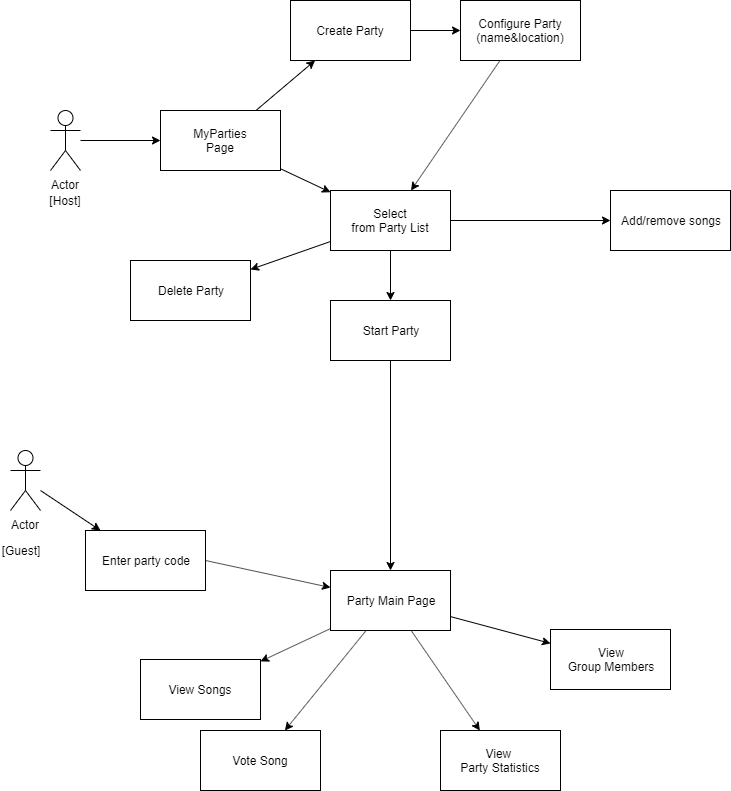
Before: Arhitectura/flowApp- UseCase.png, a diagram exported from draw.io (SirCQQ/MUP). Source tidied: cells renumbered, new cells last; positions are measured from the earlier drawing's top-left corner, leaving out a move shared by most shapes.
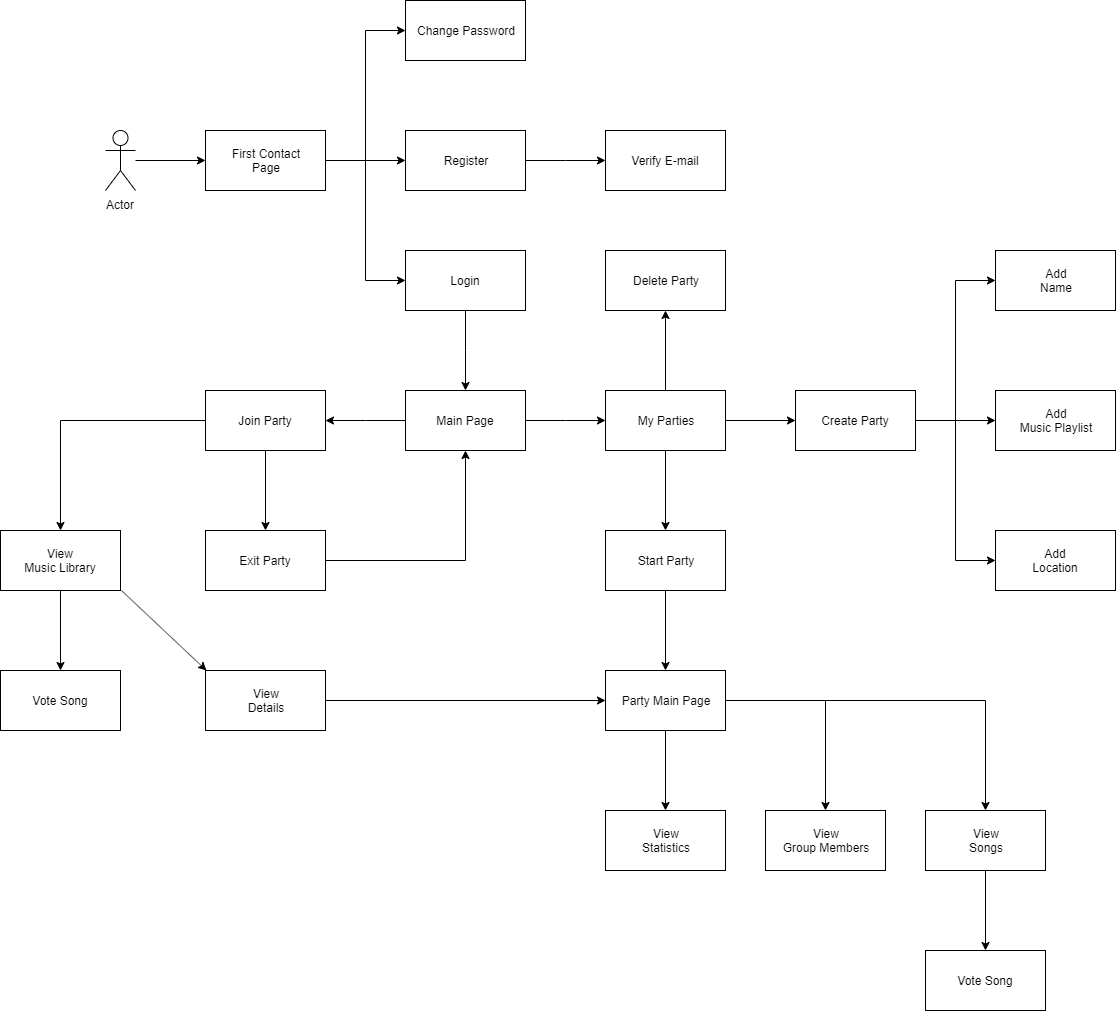
The same file after the commit.

The edit, as a diff of the source:
```diff
@@ -2,101 +2,159 @@
   <root>
     <mxCell id="0" />
     <mxCell id="1" parent="0" />
-    <mxCell id="2" style="edgeStyle=orthogonalEdgeStyle;rounded=0;jettySize=auto;html=1;" parent="1" edge="1" source="3" target="6">
-      <mxGeometry relative="1" as="geometry" />
-    </mxCell>
-    <mxCell id="3" value="Actor" style="shape=umlActor;verticalLabelPosition=bottom;labelBackgroundColor=#ffffff;verticalAlign=top;html=1;outlineConnect=0;" parent="1" vertex="1">
-      <mxGeometry x="50" y="110" width="30" height="60" as="geometry" />
-    </mxCell>
-    <mxCell id="4" style="rounded=0;jettySize=auto;html=1;" parent="1" edge="1" source="6" target="7">
-      <mxGeometry relative="1" as="geometry" />
-    </mxCell>
-    <mxCell id="5" style="rounded=0;jettySize=auto;html=1;" parent="1" edge="1" source="6" target="12">
-      <mxGeometry relative="1" as="geometry" />
-    </mxCell>
-    <mxCell id="6" value="MyParties&lt;br&gt;Page" style="rounded=0;whiteSpace=wrap;html=1;" parent="1" vertex="1">
-      <mxGeometry x="160" y="110" width="120" height="60" as="geometry" />
-    </mxCell>
+    <mxCell id="34" style="edgeStyle=none;rounded=0;jettySize=auto;html=1;" parent="1" edge="1" source="35" target="39">
+      <mxGeometry relative="1" as="geometry" />
+    </mxCell>
+    <mxCell id="35" value="Actor" style="shape=umlActor;verticalLabelPosition=bottom;labelBackgroundColor=#ffffff;verticalAlign=top;html=1;outlineConnect=0;" parent="1" vertex="1">
+      <mxGeometry x="-30" y="30" width="30" height="60" as="geometry" />
+    </mxCell>
+    <mxCell id="36" style="edgeStyle=elbowEdgeStyle;rounded=0;jettySize=auto;html=1;" parent="1" edge="1" source="39" target="70">
+      <mxGeometry relative="1" as="geometry" />
+    </mxCell>
+    <mxCell id="37" style="edgeStyle=elbowEdgeStyle;rounded=0;jettySize=auto;html=1;" parent="1" edge="1" source="39" target="44">
+      <mxGeometry relative="1" as="geometry" />
+    </mxCell>
+    <mxCell id="38" style="edgeStyle=elbowEdgeStyle;rounded=0;jettySize=auto;html=1;" parent="1" edge="1" source="39" target="41">
+      <mxGeometry relative="1" as="geometry" />
+    </mxCell>
+    <mxCell id="39" value="First Contact&lt;br&gt;Page" style="rounded=0;whiteSpace=wrap;html=1;" parent="1" vertex="1">
+      <mxGeometry x="70" y="30" width="120" height="60" as="geometry" />
+    </mxCell>
+    <mxCell id="40" style="edgeStyle=elbowEdgeStyle;rounded=0;jettySize=auto;html=1;" parent="1" edge="1" source="41" target="42">
+      <mxGeometry relative="1" as="geometry" />
+    </mxCell>
+    <mxCell id="41" value="Register" style="rounded=0;whiteSpace=wrap;html=1;" parent="1" vertex="1">
+      <mxGeometry x="270" y="30" width="120" height="60" as="geometry" />
+    </mxCell>
+    <mxCell id="42" value="Verify E-mail" style="rounded=0;whiteSpace=wrap;html=1;" parent="1" vertex="1">
+      <mxGeometry x="470" y="30" width="120" height="60" as="geometry" />
+    </mxCell>
+    <mxCell id="43" style="edgeStyle=elbowEdgeStyle;rounded=0;jettySize=auto;html=1;" parent="1" edge="1" source="44" target="47">
+      <mxGeometry relative="1" as="geometry" />
+    </mxCell>
+    <mxCell id="44" value="Login" style="rounded=0;whiteSpace=wrap;html=1;" parent="1" vertex="1">
+      <mxGeometry x="270" y="150" width="120" height="60" as="geometry" />
+    </mxCell>
+    <mxCell id="45" style="edgeStyle=elbowEdgeStyle;rounded=0;jettySize=auto;html=1;" parent="1" edge="1" source="47" target="64">
+      <mxGeometry relative="1" as="geometry" />
+    </mxCell>
+    <mxCell id="46" style="edgeStyle=elbowEdgeStyle;rounded=0;jettySize=auto;html=1;" parent="1" edge="1" source="47" target="51">
+      <mxGeometry relative="1" as="geometry" />
+    </mxCell>
+    <mxCell id="47" value="Main Page" style="rounded=0;whiteSpace=wrap;html=1;" parent="1" vertex="1">
+      <mxGeometry x="270" y="290" width="120" height="60" as="geometry" />
+    </mxCell>
+    <mxCell id="48" style="edgeStyle=orthogonalEdgeStyle;rounded=0;jettySize=auto;html=1;" parent="1" edge="1" source="51" target="19">
+      <mxGeometry relative="1" as="geometry" />
+    </mxCell>
+    <mxCell id="49" style="edgeStyle=orthogonalEdgeStyle;rounded=0;jettySize=auto;html=1;" parent="1" edge="1" source="51" target="7">
+      <mxGeometry relative="1" as="geometry" />
+    </mxCell>
+    <mxCell id="50" style="edgeStyle=orthogonalEdgeStyle;rounded=0;jettySize=auto;html=1;" parent="1" edge="1" source="51" target="8">
+      <mxGeometry relative="1" as="geometry" />
+    </mxCell>
+    <mxCell id="51" value="My Parties" style="rounded=0;whiteSpace=wrap;html=1;" parent="1" vertex="1">
+      <mxGeometry x="470" y="290" width="120" height="60" as="geometry" />
+    </mxCell>
+    <mxCell id="8" value="Delete Party" style="rounded=0;whiteSpace=wrap;html=1;" parent="1" vertex="1">
+      <mxGeometry x="470" y="150" width="120" height="60" as="geometry" />
+    </mxCell>
+    <mxCell id="52" style="edgeStyle=elbowEdgeStyle;rounded=0;jettySize=auto;html=1;" parent="1" edge="1" source="7" target="57">
+      <mxGeometry relative="1" as="geometry" />
+    </mxCell>
+    <mxCell id="53" style="edgeStyle=elbowEdgeStyle;rounded=0;jettySize=auto;html=1;" parent="1" edge="1" source="7" target="56">
+      <mxGeometry relative="1" as="geometry" />
+    </mxCell>
+    <mxCell id="54" style="edgeStyle=elbowEdgeStyle;rounded=0;jettySize=auto;html=1;" parent="1" edge="1" source="7" target="55">
+      <mxGeometry relative="1" as="geometry" />
+    </mxCell>
     <mxCell id="7" value="Create Party" style="rounded=0;whiteSpace=wrap;html=1;" parent="1" vertex="1">
-      <mxGeometry x="290" width="120" height="60" as="geometry" />
+      <mxGeometry x="660" y="290" width="120" height="60" as="geometry" />
     </mxCell>
-    <mxCell id="8" value="Delete Party" style="rounded=0;whiteSpace=wrap;html=1;" parent="1" vertex="1">
-      <mxGeometry x="130" y="260" width="120" height="60" as="geometry" />
-    </mxCell>
-    <mxCell id="9" style="rounded=0;jettySize=auto;html=1;" parent="1" edge="1" source="12" target="8">
-      <mxGeometry relative="1" as="geometry" />
-    </mxCell>
-    <mxCell id="10" style="rounded=0;jettySize=auto;html=1;" parent="1" edge="1" source="12" target="16">
-      <mxGeometry relative="1" as="geometry" />
-    </mxCell>
-    <mxCell id="11" style="rounded=0;jettySize=auto;html=1;" parent="1" edge="1" source="12" target="19">
-      <mxGeometry relative="1" as="geometry" />
-    </mxCell>
-    <mxCell id="12" value="Select&lt;br&gt;from Party List" style="rounded=0;whiteSpace=wrap;html=1;" parent="1" vertex="1">
-      <mxGeometry x="330" y="190" width="120" height="60" as="geometry" />
-    </mxCell>
-    <mxCell id="13" style="edgeStyle=none;rounded=0;jettySize=auto;html=1;" parent="1" edge="1" source="14" target="12">
-      <mxGeometry relative="1" as="geometry" />
-    </mxCell>
-    <mxCell id="14" value="Configure Party&lt;br&gt;(name&amp;amp;location)" style="rounded=0;whiteSpace=wrap;html=1;" parent="1" vertex="1">
-      <mxGeometry x="460" width="120" height="60" as="geometry" />
-    </mxCell>
-    <mxCell id="15" style="endArrow=classic;html=1;exitX=1;exitY=0.5;exitDx=0;exitDy=0;entryX=0;entryY=0.5;entryDx=0;entryDy=0;" parent="1" edge="1" source="7" target="14">
-      <mxGeometry relative="1" as="geometry" />
-    </mxCell>
-    <mxCell id="16" value="Add/remove songs&lt;br&gt;" style="rounded=0;whiteSpace=wrap;html=1;" parent="1" vertex="1">
-      <mxGeometry x="610" y="190" width="120" height="60" as="geometry" />
-    </mxCell>
-    <mxCell id="17" value="[Host]" style="text;html=1;strokeColor=none;fillColor=none;align=center;verticalAlign=middle;whiteSpace=wrap;rounded=0;" parent="1" vertex="1">
-      <mxGeometry x="45" y="190" width="40" height="20" as="geometry" />
-    </mxCell>
+    <mxCell id="55" value="Add&lt;br&gt;Music Playlist" style="rounded=0;whiteSpace=wrap;html=1;" parent="1" vertex="1">
+      <mxGeometry x="860" y="290" width="120" height="60" as="geometry" />
+    </mxCell>
+    <mxCell id="56" value="Add&lt;br&gt;Location" style="rounded=0;whiteSpace=wrap;html=1;" parent="1" vertex="1">
+      <mxGeometry x="860" y="430" width="120" height="60" as="geometry" />
+    </mxCell>
+    <mxCell id="57" value="Add&lt;br&gt;Name" style="rounded=0;whiteSpace=wrap;html=1;" parent="1" vertex="1">
+      <mxGeometry x="860" y="150" width="120" height="60" as="geometry" />
+    </mxCell>
-    <mxCell id="18" style="edgeStyle=none;rounded=0;jettySize=auto;html=1;" parent="1" edge="1" source="19" target="24">
+    <mxCell id="18" style="edgeStyle=orthogonalEdgeStyle;rounded=0;jettySize=auto;html=1;" parent="1" edge="1" source="19" target="24">
       <mxGeometry relative="1" as="geometry" />
     </mxCell>
     <mxCell id="19" value="Start Party" style="rounded=0;whiteSpace=wrap;html=1;" parent="1" vertex="1">
-      <mxGeometry x="330" y="300" width="120" height="60" as="geometry" />
+      <mxGeometry x="470" y="430" width="120" height="60" as="geometry" />
     </mxCell>
-    <mxCell id="20" style="edgeStyle=none;rounded=0;jettySize=auto;html=1;" parent="1" edge="1" source="24" target="28">
-      <mxGeometry relative="1" as="geometry" />
-    </mxCell>
+    <mxCell id="22" style="edgeStyle=orthogonalEdgeStyle;rounded=0;jettySize=auto;html=1;" parent="1" edge="1" source="24" target="26">
+      <mxGeometry relative="1" as="geometry" />
+    </mxCell>
-    <mxCell id="21" style="edgeStyle=none;rounded=0;jettySize=auto;html=1;" parent="1" edge="1" source="24" target="27">
+    <mxCell id="21" style="edgeStyle=orthogonalEdgeStyle;rounded=0;jettySize=auto;html=1;" parent="1" edge="1" source="24" target="27">
       <mxGeometry relative="1" as="geometry" />
     </mxCell>
-    <mxCell id="22" style="edgeStyle=none;rounded=0;jettySize=auto;html=1;" parent="1" edge="1" source="24" target="26">
-      <mxGeometry relative="1" as="geometry" />
-    </mxCell>
-    <mxCell id="23" style="edgeStyle=none;rounded=0;jettySize=auto;html=1;" parent="1" edge="1" source="24" target="25">
-      <mxGeometry relative="1" as="geometry" />
-    </mxCell>
+    <mxCell id="58" style="edgeStyle=orthogonalEdgeStyle;rounded=0;jettySize=auto;html=1;" parent="1" edge="1" source="24" target="59">
+      <mxGeometry relative="1" as="geometry" />
+    </mxCell>
     <mxCell id="24" value="Party Main Page" style="rounded=0;whiteSpace=wrap;html=1;" parent="1" vertex="1">
-      <mxGeometry x="330" y="570" width="120" height="60" as="geometry" />
+      <mxGeometry x="470" y="570" width="120" height="60" as="geometry" />
     </mxCell>
-    <mxCell id="25" value="Vote Song" style="rounded=0;whiteSpace=wrap;html=1;" parent="1" vertex="1">
-      <mxGeometry x="200" y="730" width="120" height="60" as="geometry" />
-    </mxCell>
+    <mxCell id="59" value="View&lt;br&gt;Statistics" style="rounded=0;whiteSpace=wrap;html=1;" parent="1" vertex="1">
+      <mxGeometry x="470" y="710" width="120" height="60" as="geometry" />
+    </mxCell>
+    <mxCell id="27" value="View&lt;br&gt;Group Members" style="rounded=0;whiteSpace=wrap;html=1;" parent="1" vertex="1">
+      <mxGeometry x="630" y="710" width="120" height="60" as="geometry" />
+    </mxCell>
+    <mxCell id="60" style="edgeStyle=orthogonalEdgeStyle;rounded=0;jettySize=auto;html=1;" parent="1" edge="1" source="26" target="61">
+      <mxGeometry relative="1" as="geometry" />
+    </mxCell>
-    <mxCell id="26" value="View Songs" style="rounded=0;whiteSpace=wrap;html=1;" parent="1" vertex="1">
-      <mxGeometry x="140" y="659" width="120" height="60" as="geometry" />
+    <mxCell id="26" value="View&lt;br&gt;Songs" style="rounded=0;whiteSpace=wrap;html=1;" parent="1" vertex="1">
+      <mxGeometry x="790" y="710" width="120" height="60" as="geometry" />
     </mxCell>
-    <mxCell id="27" value="View&lt;br&gt;Group Members" style="rounded=0;whiteSpace=wrap;html=1;" parent="1" vertex="1">
-      <mxGeometry x="550" y="629" width="120" height="60" as="geometry" />
-    </mxCell>
-    <mxCell id="28" value="View &lt;br&gt;Party Statistics" style="rounded=0;whiteSpace=wrap;html=1;" parent="1" vertex="1">
-      <mxGeometry x="440" y="730" width="120" height="60" as="geometry" />
-    </mxCell>
-    <mxCell id="29" style="edgeStyle=none;rounded=0;jettySize=auto;html=1;" parent="1" edge="1" source="30" target="33">
-      <mxGeometry relative="1" as="geometry" />
-    </mxCell>
-    <mxCell id="30" value="Actor" style="shape=umlActor;verticalLabelPosition=bottom;labelBackgroundColor=#ffffff;verticalAlign=top;html=1;outlineConnect=0;" parent="1" vertex="1">
-      <mxGeometry x="10" y="450" width="30" height="60" as="geometry" />
-    </mxCell>
-    <mxCell id="31" value="[Guest]" style="text;html=1;strokeColor=none;fillColor=none;align=center;verticalAlign=middle;whiteSpace=wrap;rounded=0;" parent="1" vertex="1">
-      <mxGeometry y="540" width="40" height="20" as="geometry" />
-    </mxCell>
-    <mxCell id="32" style="rounded=0;jettySize=auto;html=1;exitX=1;exitY=0.5;exitDx=0;exitDy=0;" parent="1" edge="1" source="33" target="24">
-      <mxGeometry relative="1" as="geometry" />
-    </mxCell>
-    <mxCell id="33" value="Enter party code" style="rounded=0;whiteSpace=wrap;html=1;" parent="1" vertex="1">
-      <mxGeometry x="85" y="530" width="120" height="60" as="geometry" />
-    </mxCell>
+    <mxCell id="61" value="Vote Song" style="rounded=0;whiteSpace=wrap;html=1;" parent="1" vertex="1">
+      <mxGeometry x="790" y="850" width="120" height="60" as="geometry" />
+    </mxCell>
+    <mxCell id="62" style="edgeStyle=orthogonalEdgeStyle;rounded=0;jettySize=auto;html=1;" parent="1" edge="1" source="64" target="69">
+      <mxGeometry relative="1" as="geometry" />
+    </mxCell>
+    <mxCell id="63" style="edgeStyle=orthogonalEdgeStyle;rounded=0;jettySize=auto;html=1;" parent="1" edge="1" source="64" target="66">
+      <mxGeometry relative="1" as="geometry" />
+    </mxCell>
+    <mxCell id="64" value="Join Party" style="rounded=0;whiteSpace=wrap;html=1;" parent="1" vertex="1">
+      <mxGeometry x="70" y="290" width="120" height="60" as="geometry" />
+    </mxCell>
+    <mxCell id="65" style="rounded=0;jettySize=auto;html=1;edgeStyle=orthogonalEdgeStyle;" parent="1" edge="1" source="66" target="68">
+      <mxGeometry relative="1" as="geometry" />
+    </mxCell>
+    <mxCell id="66" value="View&lt;br&gt;Music Library" style="rounded=0;whiteSpace=wrap;html=1;" parent="1" vertex="1">
+      <mxGeometry x="-135" y="430" width="120" height="60" as="geometry" />
+    </mxCell>
+    <mxCell id="67" value="View&lt;br&gt;Details" style="rounded=0;whiteSpace=wrap;html=1;" parent="1" vertex="1">
+      <mxGeometry x="70" y="570" width="120" height="60" as="geometry" />
+    </mxCell>
+    <mxCell id="68" value="Vote Song" style="rounded=0;whiteSpace=wrap;html=1;" parent="1" vertex="1">
+      <mxGeometry x="-135" y="570" width="120" height="60" as="geometry" />
+    </mxCell>
+    <mxCell id="69" value="Exit Party" style="rounded=0;whiteSpace=wrap;html=1;" parent="1" vertex="1">
+      <mxGeometry x="70" y="430" width="120" height="60" as="geometry" />
+    </mxCell>
+    <mxCell id="70" value="Change Password" style="rounded=0;whiteSpace=wrap;html=1;" parent="1" vertex="1">
+      <mxGeometry x="270" y="-100" width="120" height="60" as="geometry" />
+    </mxCell>
+    <mxCell id="71" style="endArrow=none;html=1;exitX=1;exitY=0.5;exitDx=0;exitDy=0;" parent="1" edge="1" source="69">
+      <mxGeometry relative="1" as="geometry">
+        <mxPoint x="330" y="460" as="targetPoint" />
+      </mxGeometry>
+    </mxCell>
+    <mxCell id="72" style="endArrow=classic;html=1;entryX=0.5;entryY=1;entryDx=0;entryDy=0;" parent="1" edge="1" target="47">
+      <mxGeometry relative="1" as="geometry">
+        <mxPoint x="330" y="460" as="sourcePoint" />
+      </mxGeometry>
+    </mxCell>
+    <mxCell id="73" style="endArrow=classic;html=1;exitX=1.008;exitY=1;exitDx=0;exitDy=0;exitPerimeter=0;entryX=0.008;entryY=0;entryDx=0;entryDy=0;entryPerimeter=0;" parent="1" edge="1" source="66" target="67">
+      <mxGeometry relative="1" as="geometry" />
+    </mxCell>
+    <mxCell id="74" style="endArrow=classic;html=1;exitX=1;exitY=0.5;exitDx=0;exitDy=0;entryX=0;entryY=0.5;entryDx=0;entryDy=0;" parent="1" edge="1" source="67" target="24">
+      <mxGeometry relative="1" as="geometry" />
+    </mxCell>
   </root>
 </mxGraphModel>
```
